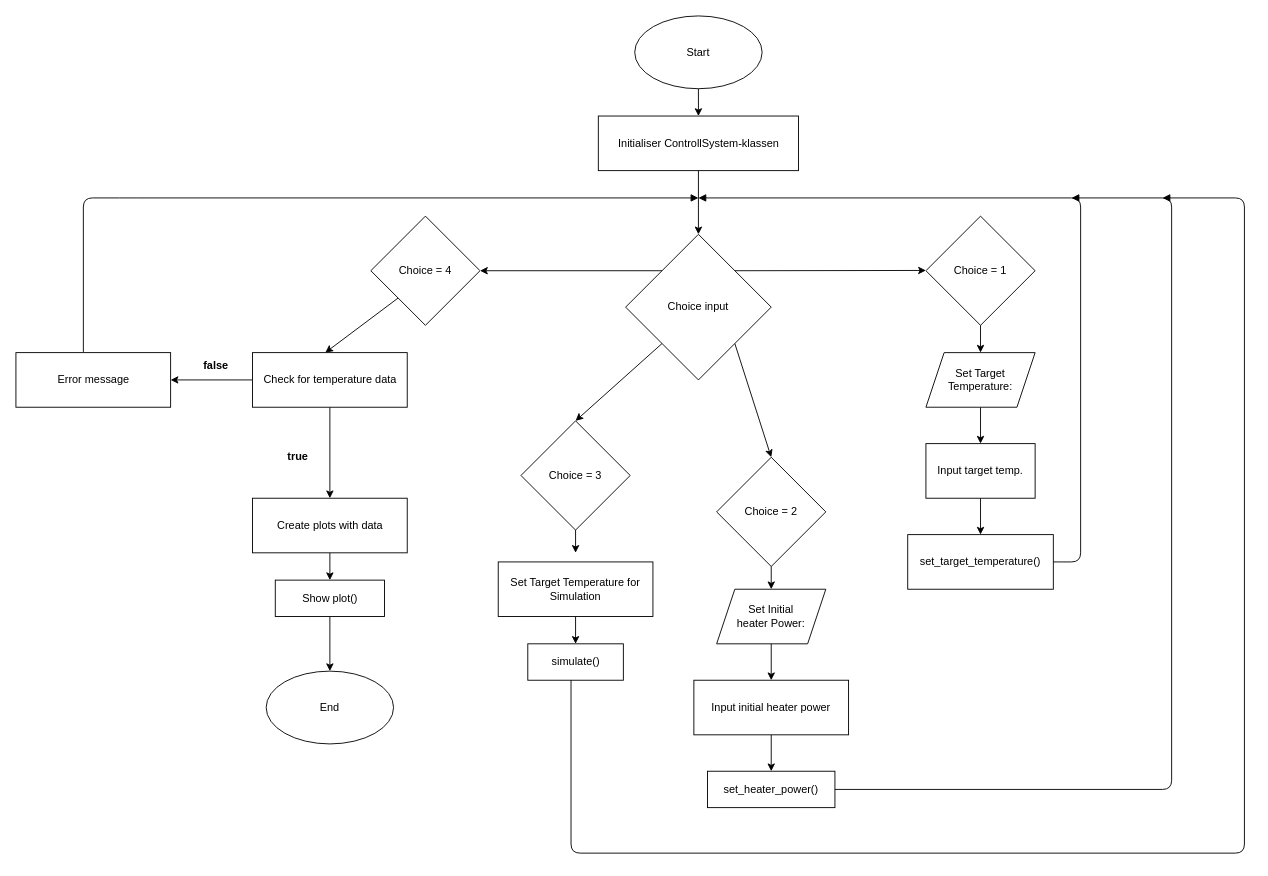
This is flowchart.drawio from EirikAarrestad/PID-regulator, a draw.io file, before an edit. Source tidied: cells renumbered, new cells numbered last; positions are measured from the earlier drawing's top-left corner, leaving out a move shared by most shapes. Both pictures are drawn from the tidied source at 91%, with x=0, y=0 at pixel (15, 15).
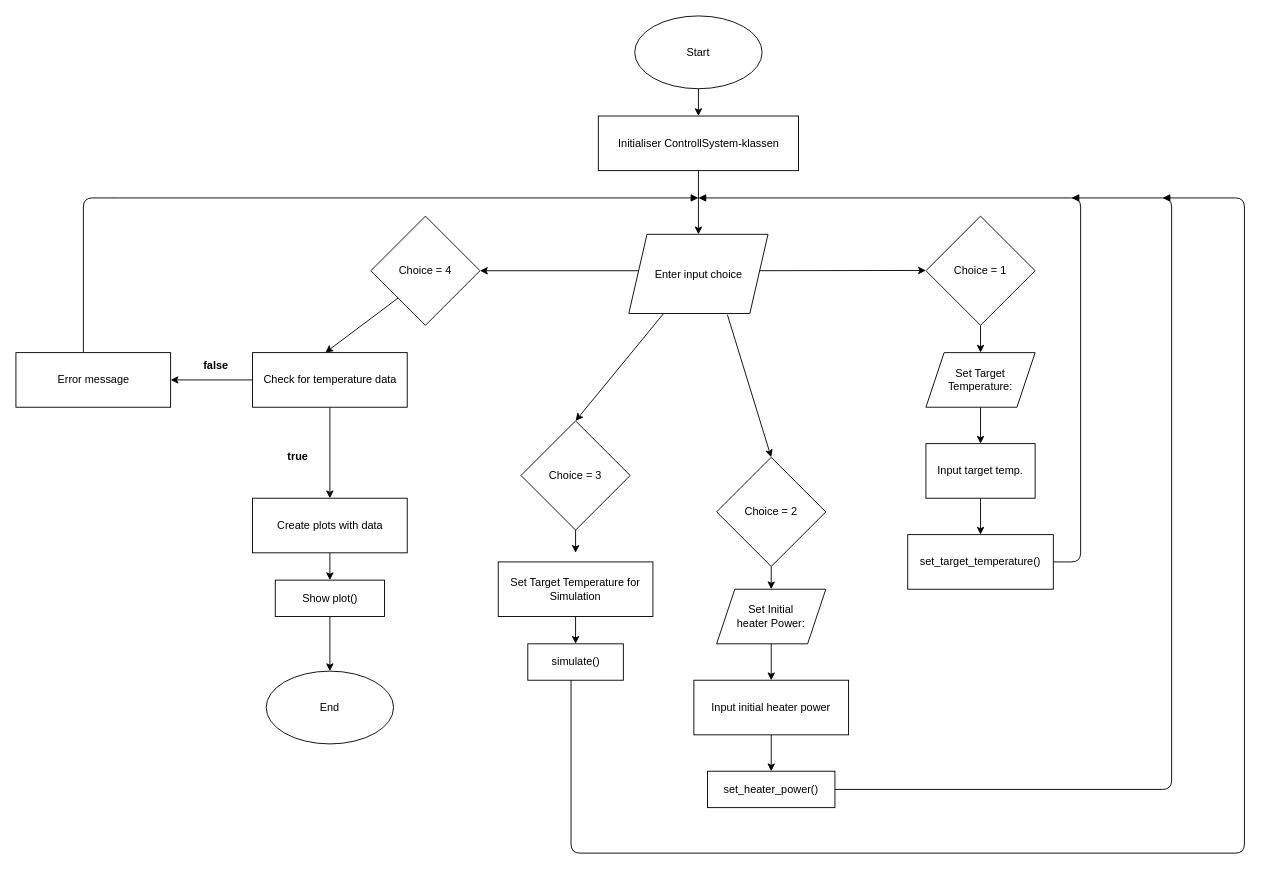
The same page after the edit.

The change refers to these unchanged cells:
```xml
<mxCell id="19" value="Choice = 2" style="rhombus;whiteSpace=wrap;html=1;" parent="1" vertex="1">
  <mxGeometry x="770" y="485" width="120" height="120" as="geometry" />
</mxCell>
<mxCell id="27" value="Choice = 3" style="rhombus;whiteSpace=wrap;html=1;" parent="1" vertex="1">
  <mxGeometry x="555" y="445" width="120" height="120" as="geometry" />
</mxCell>
```

Diff of the diagram source:
```diff
@@
-    <mxCell id="6" style="edgeStyle=none;html=1;exitX=0;exitY=0;exitDx=0;exitDy=0;" parent="1" edge="1" source="10">
+    <mxCell id="6" style="edgeStyle=none;html=1;exitX=0;exitY=0;exitDx=0;exitDy=0;" parent="1" edge="1">
       <mxGeometry relative="1" as="geometry">
+        <mxPoint x="710" y="280" as="sourcePoint" />
         <mxPoint x="510" y="280" as="targetPoint" />
       </mxGeometry>
     </mxCell>
-    <mxCell id="7" style="edgeStyle=none;html=1;exitX=1;exitY=0;exitDx=0;exitDy=0;" parent="1" edge="1" source="10">
+    <mxCell id="7" style="edgeStyle=none;html=1;exitX=1;exitY=0;exitDx=0;exitDy=0;" parent="1" edge="1">
       <mxGeometry relative="1" as="geometry">
+        <mxPoint x="790" y="280" as="sourcePoint" />
         <mxPoint x="1000" y="279.7" as="targetPoint" />
       </mxGeometry>
     </mxCell>
-    <mxCell id="8" style="edgeStyle=none;html=1;exitX=0;exitY=1;exitDx=0;exitDy=0;entryX=0.5;entryY=0;entryDx=0;entryDy=0;" parent="1" edge="1" source="10" target="27">
+    <mxCell id="8" style="edgeStyle=none;html=1;exitX=0.25;exitY=1;exitDx=0;exitDy=0;entryX=0.5;entryY=0;entryDx=0;entryDy=0;" parent="1" edge="1" source="47" target="27">
       <mxGeometry relative="1" as="geometry" />
     </mxCell>
-    <mxCell id="9" style="edgeStyle=none;html=1;exitX=1;exitY=1;exitDx=0;exitDy=0;entryX=0.5;entryY=0;entryDx=0;entryDy=0;" parent="1" edge="1" source="10" target="19">
+    <mxCell id="9" style="edgeStyle=none;html=1;exitX=0.708;exitY=1.015;exitDx=0;exitDy=0;entryX=0.5;entryY=0;entryDx=0;entryDy=0;exitPerimeter=0;" parent="1" edge="1" source="47" target="19">
       <mxGeometry relative="1" as="geometry" />
     </mxCell>
-    <mxCell id="10" value="Choice input" style="rhombus;whiteSpace=wrap;html=1;" parent="1" vertex="1">
-      <mxGeometry x="670" y="240" width="160" height="160" as="geometry" />
-    </mxCell>
@@
+    <mxCell id="47" value="Enter input choice" style="shape=parallelogram;perimeter=parallelogramPerimeter;whiteSpace=wrap;html=1;fixedSize=1;" parent="1" vertex="1">
+      <mxGeometry x="673.5" y="240" width="153" height="87" as="geometry" />
+    </mxCell>
```
